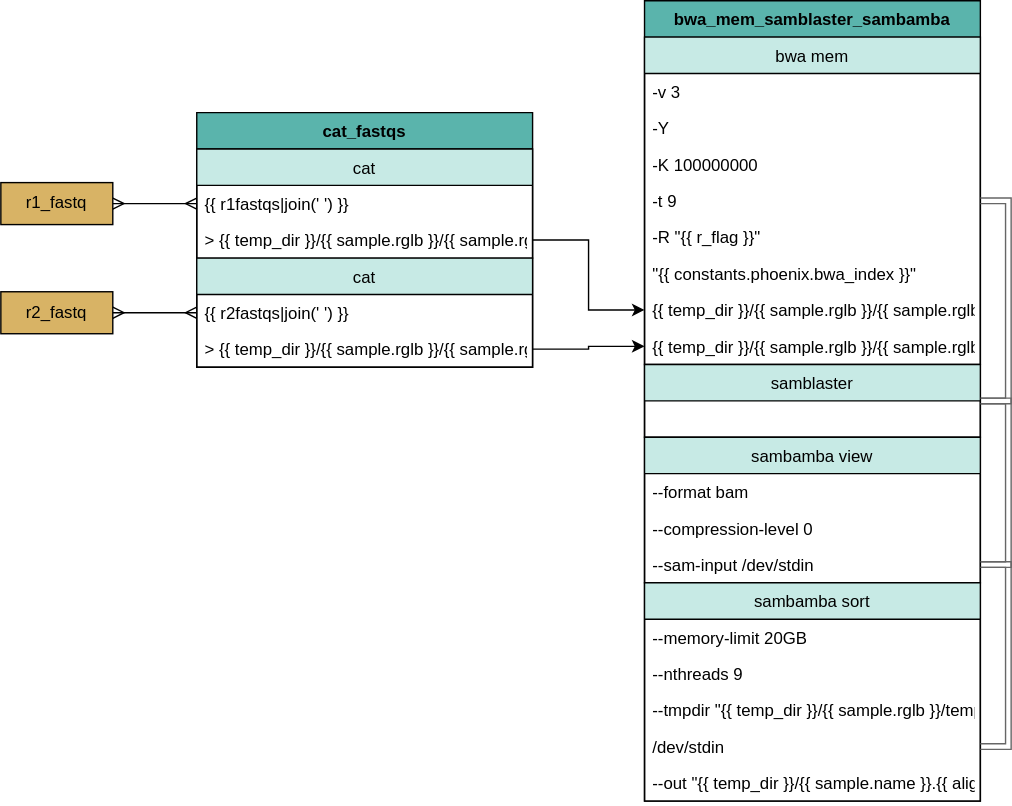
Earlier version of the draw.io export Alignment_bwa_mem_samblaster_sambamba.svg (bryce-turner/tgen-jetstream-docs). Source tidied: cells renumbered, new cells last; positions are measured from the earlier drawing's top-left corner, leaving out a move shared by most shapes.
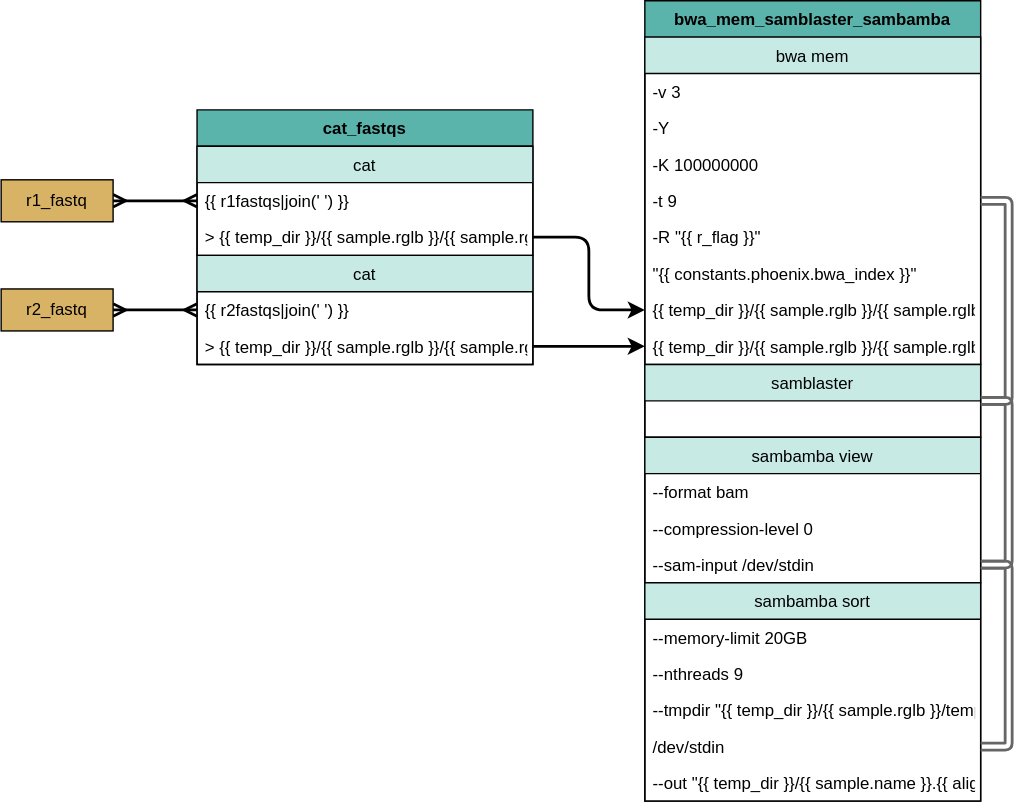
Above is the later version.

What changed in the source:
```diff
@@ -2,7 +2,7 @@
   <root>
     <mxCell id="0" />
     <mxCell id="1" parent="0" />
-    <mxCell id="2" style="edgeStyle=orthogonalEdgeStyle;rounded=0;jettySize=auto;html=1;exitX=1;exitY=0.5;exitDx=0;exitDy=0;entryX=0;entryY=0.5;entryDx=0;entryDy=0;endArrow=ERmany;endFill=0;strokeColor=#000000;startArrow=ERmany;startFill=0;" parent="1" edge="1" source="3" target="6">
+    <mxCell id="2" style="edgeStyle=orthogonalEdgeStyle;rounded=1;jettySize=auto;html=1;exitX=1;exitY=0.5;exitDx=0;exitDy=0;entryX=0;entryY=0.5;entryDx=0;entryDy=0;endArrow=ERmany;endFill=0;strokeColor=#000000;startArrow=ERmany;startFill=0;strokeWidth=2;" parent="1" edge="1" source="3" target="6">
       <mxGeometry relative="1" as="geometry" />
     </mxCell>
     <mxCell id="3" value="r1_fastq" style="whiteSpace=wrap;html=1;fillColor=#d8b365;" parent="1" vertex="1">
@@ -30,7 +30,7 @@
       <mxGeometry y="52" width="240" height="26" as="geometry" />
     </mxCell>
     <mxCell id="11" value="bwa_mem_samblaster_sambamba" style="swimlane;fontStyle=1;horizontal=1;startSize=26;fillColor=#5ab4ac;direction=east;" parent="1" vertex="1">
-      <mxGeometry x="460" width="240" height="572" as="geometry" />
+      <mxGeometry x="460" y="2" width="240" height="572" as="geometry" />
     </mxCell>
     <mxCell id="12" value="bwa mem" style="swimlane;fontStyle=0;horizontal=1;startSize=26;fillColor=#c7eae5;" parent="11" vertex="1">
       <mxGeometry y="26" width="240" height="234" as="geometry" />
@@ -59,7 +59,7 @@
     <mxCell id="20" value="{{ temp_dir }}/{{ sample.rglb }}/{{ sample.rglb }}_R2_merged.fastq.gz" style="text;strokeColor=none;fillColor=none;align=left;verticalAlign=top;spacingLeft=4;spacingRight=4;overflow=hidden;points=[[0,0.5],[1,0.5]];portConstraint=eastwest;" parent="12" vertex="1">
       <mxGeometry y="208" width="240" height="26" as="geometry" />
     </mxCell>
-    <mxCell id="21" style="edgeStyle=orthogonalEdgeStyle;shape=link;rounded=0;jettySize=auto;html=1;exitX=1;exitY=0.5;exitDx=0;exitDy=0;entryX=1;entryY=0.5;entryDx=0;entryDy=0;strokeColor=#666666;" parent="11" edge="1" source="22" target="26">
+    <mxCell id="21" style="edgeStyle=orthogonalEdgeStyle;shape=link;rounded=1;jettySize=auto;html=1;exitX=1;exitY=0.5;exitDx=0;exitDy=0;entryX=1;entryY=0.5;entryDx=0;entryDy=0;strokeColor=#666666;strokeWidth=2;" parent="11" edge="1" source="22" target="26">
       <mxGeometry relative="1" as="geometry" />
     </mxCell>
     <mxCell id="22" value="samblaster" style="swimlane;fontStyle=0;horizontal=1;startSize=26;fillColor=#c7eae5;" parent="11" vertex="1">
@@ -95,22 +95,22 @@
     <mxCell id="32" value="--out &quot;{{ temp_dir }}/{{ sample.name }}.{{ aligner }}.md.bam&quot;" style="text;strokeColor=none;fillColor=none;align=left;verticalAlign=top;spacingLeft=4;spacingRight=4;overflow=hidden;" parent="27" vertex="1">
       <mxGeometry y="130" width="240" height="26" as="geometry" />
     </mxCell>
-    <mxCell id="33" style="edgeStyle=orthogonalEdgeStyle;rounded=0;jettySize=auto;html=1;exitX=1;exitY=0.5;exitDx=0;exitDy=0;entryX=1;entryY=0.5;entryDx=0;entryDy=0;shape=link;strokeColor=#666666;" parent="11" edge="1" source="16" target="22">
+    <mxCell id="33" style="edgeStyle=orthogonalEdgeStyle;rounded=1;jettySize=auto;html=1;exitX=1;exitY=0.5;exitDx=0;exitDy=0;entryX=1;entryY=0.5;entryDx=0;entryDy=0;shape=link;strokeColor=#666666;strokeWidth=2;" parent="11" edge="1" source="16" target="22">
       <mxGeometry relative="1" as="geometry" />
     </mxCell>
-    <mxCell id="34" style="edgeStyle=orthogonalEdgeStyle;shape=link;rounded=0;jettySize=auto;html=1;exitX=1;exitY=0.5;exitDx=0;exitDy=0;entryX=1;entryY=0.5;entryDx=0;entryDy=0;strokeColor=#666666;" parent="11" edge="1" source="26" target="31">
+    <mxCell id="34" style="edgeStyle=orthogonalEdgeStyle;shape=link;rounded=1;jettySize=auto;html=1;exitX=1;exitY=0.5;exitDx=0;exitDy=0;entryX=1;entryY=0.5;entryDx=0;entryDy=0;strokeColor=#666666;strokeWidth=2;" parent="11" edge="1" source="26" target="31">
       <mxGeometry relative="1" as="geometry" />
     </mxCell>
-    <mxCell id="35" style="edgeStyle=orthogonalEdgeStyle;rounded=0;jettySize=auto;html=1;exitX=1;exitY=0.5;exitDx=0;exitDy=0;entryX=0;entryY=0.5;entryDx=0;entryDy=0;endArrow=ERmany;endFill=0;strokeColor=#000000;startArrow=ERmany;startFill=0;" parent="1" edge="1" source="36" target="9">
+    <mxCell id="35" style="edgeStyle=orthogonalEdgeStyle;rounded=1;jettySize=auto;html=1;exitX=1;exitY=0.5;exitDx=0;exitDy=0;entryX=0;entryY=0.5;entryDx=0;entryDy=0;endArrow=ERmany;endFill=0;strokeColor=#000000;startArrow=ERmany;startFill=0;strokeWidth=2;" parent="1" edge="1" source="36" target="9">
       <mxGeometry relative="1" as="geometry" />
     </mxCell>
     <mxCell id="36" value="r2_fastq" style="whiteSpace=wrap;html=1;fillColor=#d8b365;" parent="1" vertex="1">
       <mxGeometry y="208" width="80" height="30" as="geometry" />
     </mxCell>
-    <mxCell id="37" style="edgeStyle=orthogonalEdgeStyle;rounded=0;jettySize=auto;html=1;exitX=1;exitY=0.5;exitDx=0;exitDy=0;entryX=0;entryY=0.5;entryDx=0;entryDy=0;" parent="1" edge="1" source="10" target="20">
+    <mxCell id="37" style="edgeStyle=orthogonalEdgeStyle;rounded=1;jettySize=auto;html=1;exitX=1;exitY=0.5;exitDx=0;exitDy=0;entryX=0;entryY=0.5;entryDx=0;entryDy=0;strokeWidth=2;" parent="1" edge="1" source="10" target="20">
       <mxGeometry relative="1" as="geometry" />
     </mxCell>
-    <mxCell id="38" style="edgeStyle=orthogonalEdgeStyle;rounded=0;jettySize=auto;html=1;exitX=1;exitY=0.5;exitDx=0;exitDy=0;entryX=0;entryY=0.5;entryDx=0;entryDy=0;" parent="1" edge="1" source="7" target="19">
+    <mxCell id="38" style="edgeStyle=orthogonalEdgeStyle;rounded=1;jettySize=auto;html=1;exitX=1;exitY=0.5;exitDx=0;exitDy=0;entryX=0;entryY=0.5;entryDx=0;entryDy=0;strokeWidth=2;" parent="1" edge="1" source="7" target="19">
       <mxGeometry relative="1" as="geometry" />
     </mxCell>
   </root>
```
